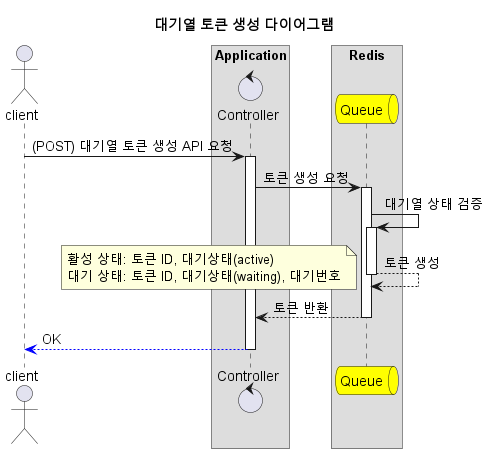
This is docs/sequencediagram/queue/queue_create_sequence_diagram.png from johnowlee/concert-booking, a PlantUML export, as it was before one commit.
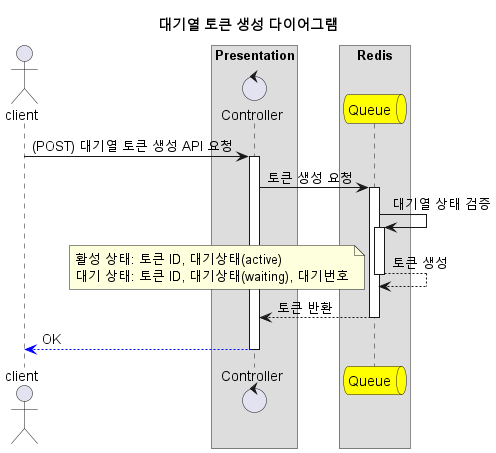
Above is the later version.

Change to the diagram source:
```diff
@@ -7,8 +7,8 @@
 actor client as client
 
 
-box "Application"
-control Controller as controller
+box "Presentation"
+control Controller as presentation
 end box
 
 box "Redis"
@@ -16,18 +16,18 @@
 end box
 
 
-client -> controller : (POST) 대기열 토큰 생성 API 요청
-controller -> queue : 토큰 생성 요청
+client -> presentation : (POST) 대기열 토큰 생성 API 요청
+presentation -> queue : 토큰 생성 요청
 queue -> queue : 대기열 상태 검증
 queue --> queue : 토큰 생성
 note left
 활성 상태: 토큰 ID, 대기상태(active)
 대기 상태: 토큰 ID, 대기상태(waiting), 대기번호
 end note
-queue --> controller : 토큰 반환
-controller --[#blue]> client : OK
+queue --> presentation : 토큰 반환
+presentation --[#blue]> client : OK
 
-deactivate controller
+deactivate presentation
 
 
 
```
